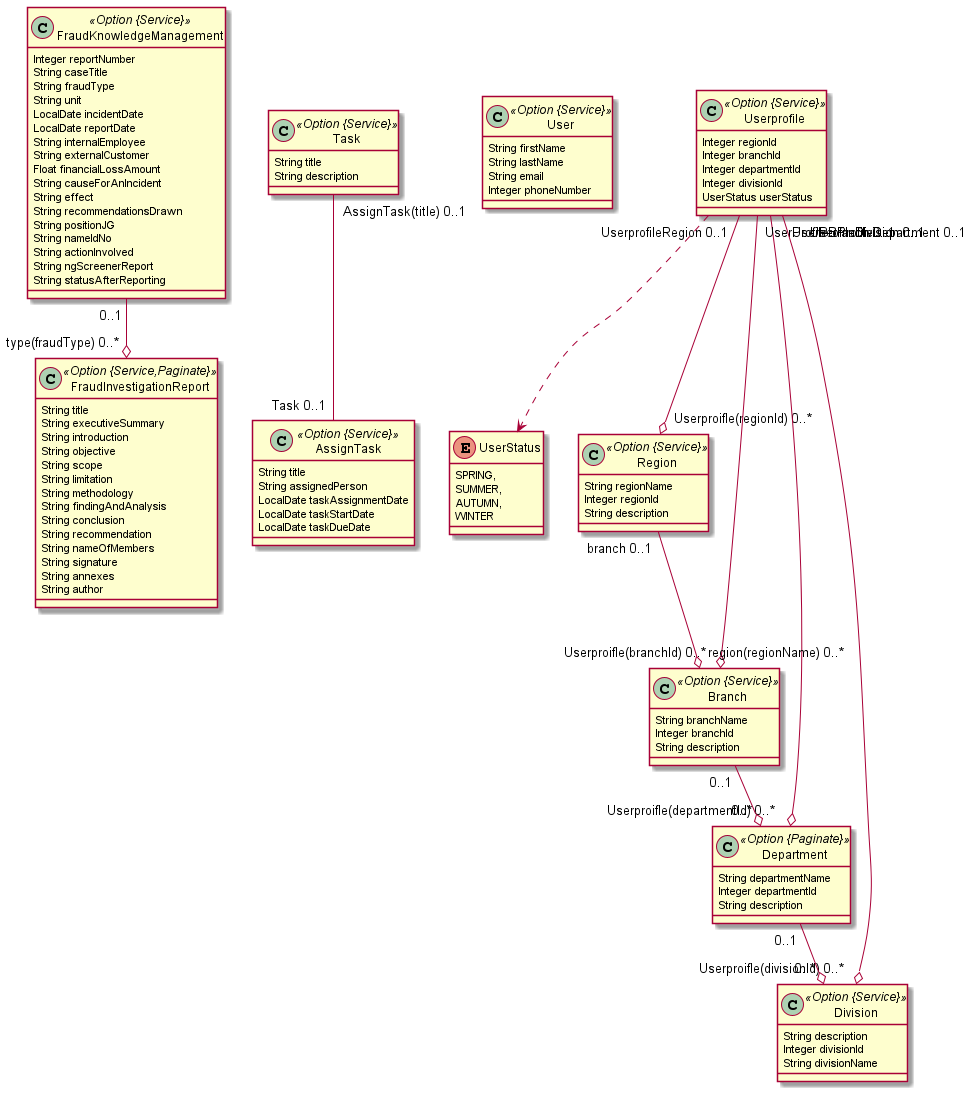
Earlier version of the PlantUML export jhipster.png (helinabele/InternalAudit). The source it was exported from:
```plantuml
@startuml
	!pragma syntax class
	class FraudInvestigationReport <<Option {Service,Paginate}>> {
		String title
		String executiveSummary
		String introduction
		String objective
		String scope
		String limitation
		String methodology
		String findingAndAnalysis
		String conclusion
		String recommendation
		String nameOfMembers
		String signature
		String annexes
		String author
	}
	class Task <<Option {Service}>> {
		String title
		String description
	}
	class AssignTask <<Option {Service}>> {
		String title
		String assignedPerson
		LocalDate taskAssignmentDate
		LocalDate taskStartDate
		LocalDate taskDueDate
	}
	class FraudKnowledgeManagement <<Option {Service}>> {
		Integer reportNumber
		String caseTitle
		String fraudType
		String unit
		LocalDate incidentDate
		LocalDate reportDate
		String internalEmployee
		String externalCustomer
		Float financialLossAmount
		String causeForAnIncident
		String effect
		String recommendationsDrawn
		String positionJG
		String nameIdNo
		String actionInvolved
		String ngScreenerReport
		String statusAfterReporting
	}
	class User <<Option {Service}>> {
		String firstName
		String lastName
		String email
		Integer phoneNumber
	}
	class Userprofile <<Option {Service}>> {
		Integer regionId
		Integer branchId
		Integer departmentId
		Integer divisionId
		UserStatus userStatus
	}
	Userprofile ..> UserStatus
	enum UserStatus {
		SPRING,
		SUMMER,
		AUTUMN,
		WINTER
	}
	class Region <<Option {Service}>> {
		String regionName
		Integer regionId
		String description
	}
	class Branch <<Option {Service}>> {
		String branchName
		Integer branchId
		String description
	}
	class Department <<Option {Paginate}>> {
		String departmentName
		Integer departmentId
		String description
	}
	class Division <<Option {Service}>> {
		String description
		Integer divisionId
		String divisionName
	}
	Task  "AssignTask(title) 0..1 " -- "Task 0..1 "  AssignTask
	Userprofile  "UserprofileRegion 0..1 " --o "Userproifle(regionId) 0..* "  Region
	Userprofile  "UserProfileDepartment 0..1 " --o "Userproifle(departmentId) 0..* "  Department
	Userprofile  "UserProfileBranch 0..1 " --o "Userproifle(branchId) 0..* "  Branch
	Userprofile  "UserProfileDivision 0..1 " --o "Userproifle(divisionId) 0..* "  Division
	Region  "branch 0..1 " --o "region(regionName) 0..* "  Branch
	Branch  "0..1 " --o "0..* "  Department
	Department  "0..1 " --o "0..* "  Division
	FraudKnowledgeManagement  "0..1 " --o "type(fraudType) 0..* "  FraudInvestigationReport
@enduml
```
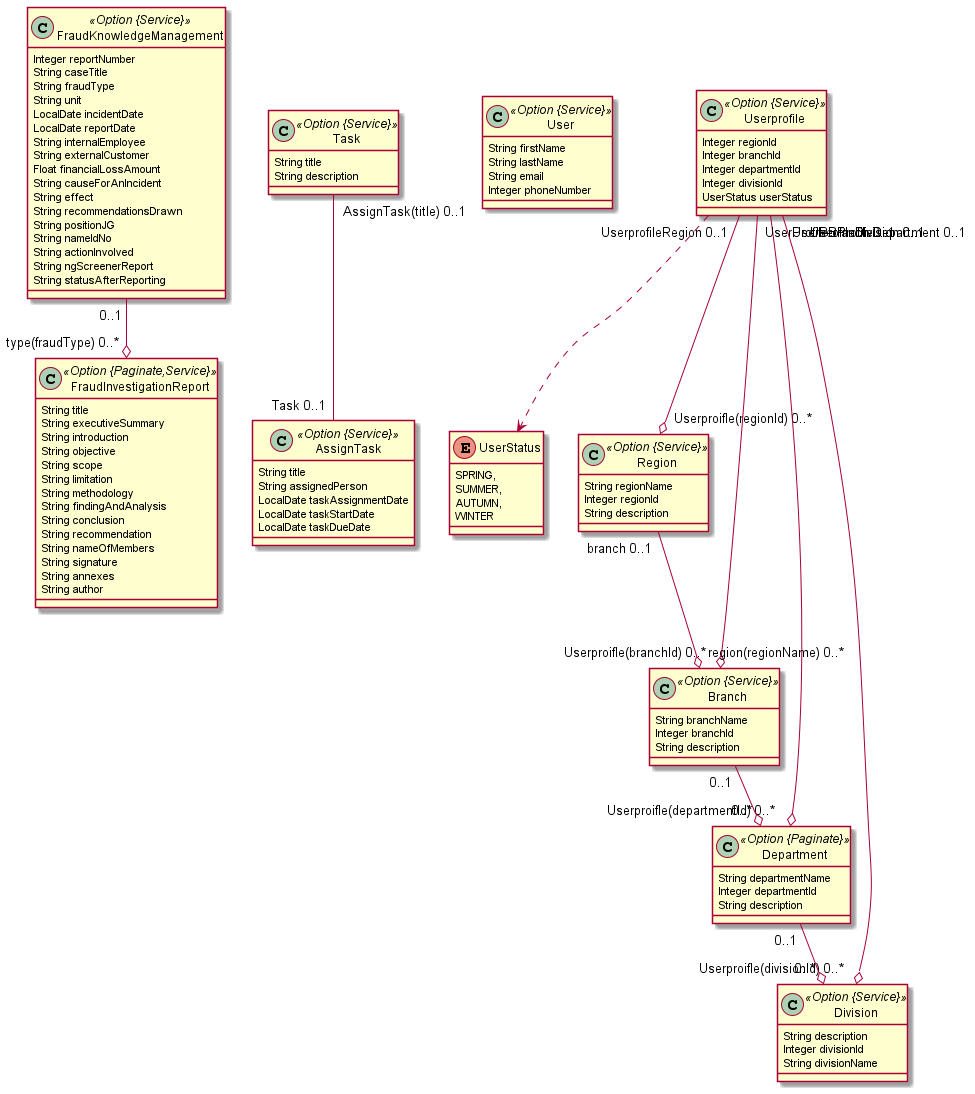
Later version of the same file.

The edit, as a diff of the source:
```diff
@@ -1,6 +1,6 @@
 @startuml
 	!pragma syntax class
-	class FraudInvestigationReport <<Option {Service,Paginate}>> {
+	class FraudInvestigationReport <<Option {Paginate,Service}>> {
 		String title
 		String executiveSummary
 		String introduction
```
